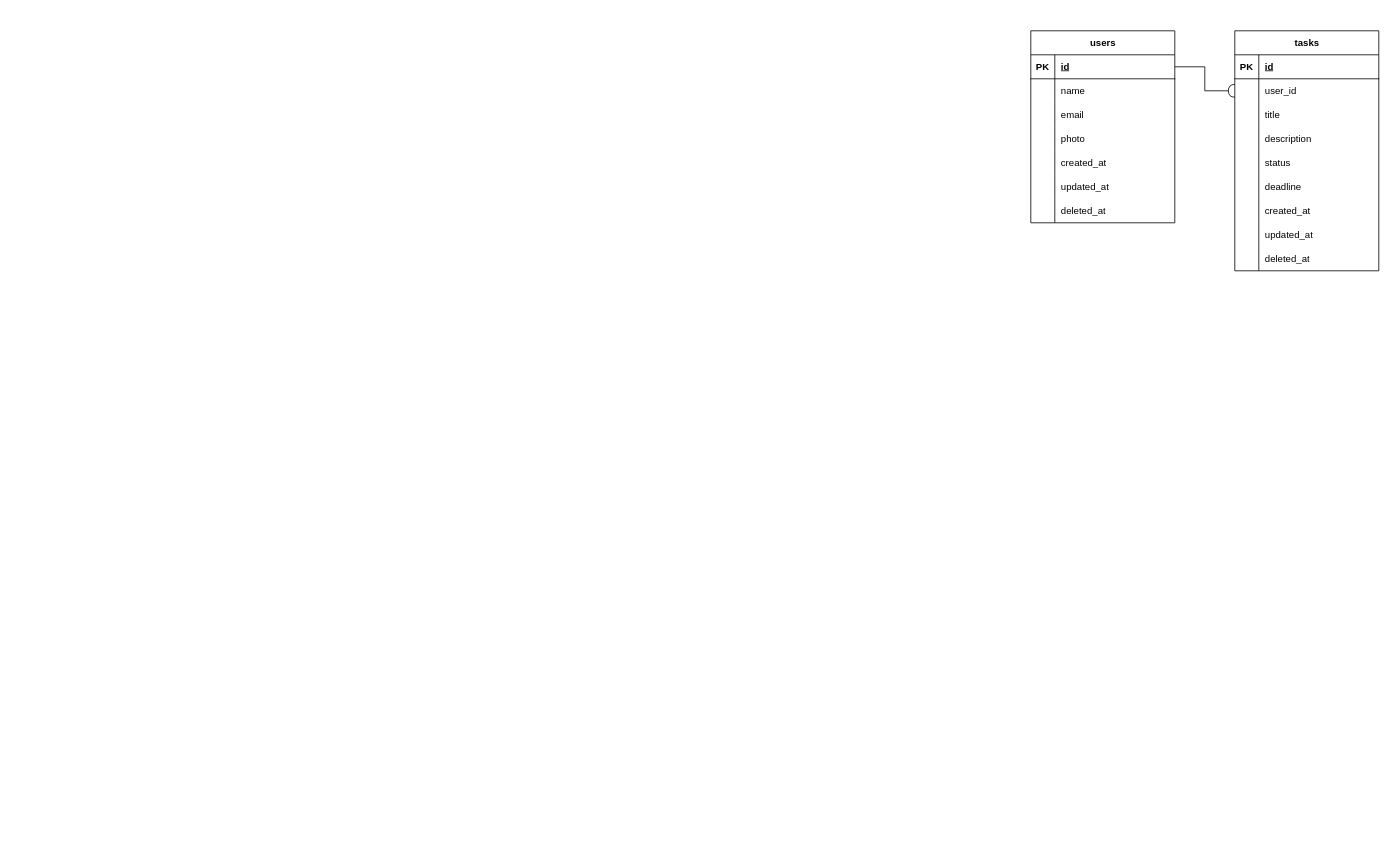
Above: task-tracer-api.drawio in kaitodecode/task-tracker-api (draw.io), before the change. Source tidied: cells renumbered, new cells numbered last; positions are measured from the earlier drawing's top-left corner, leaving out a move shared by most shapes. Both pictures are drawn from the tidied source at 80%, with x=0, y=0 at pixel (1030, 30).
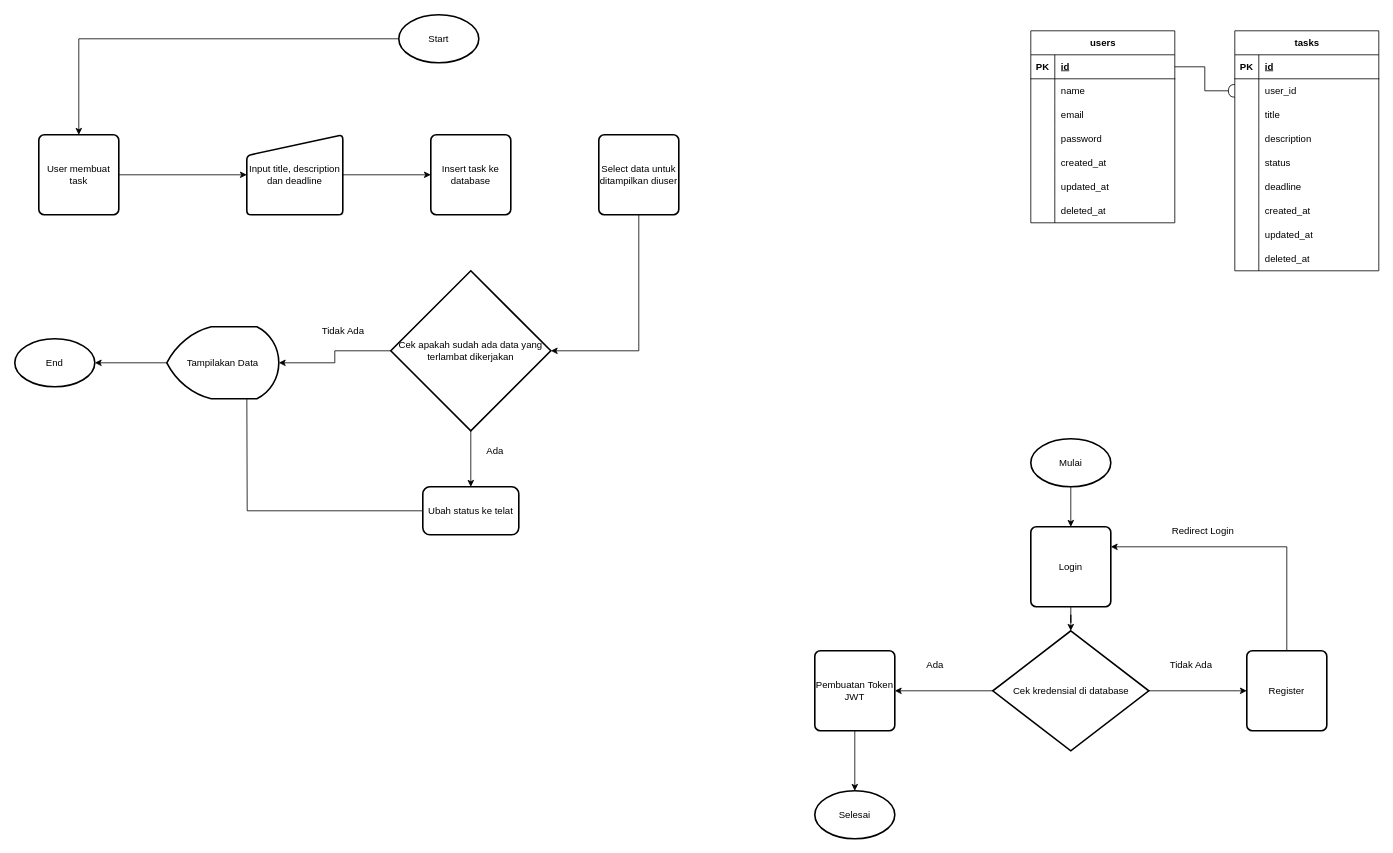
The same page after the edit.

The change refers to these unchanged cells:
```xml
<mxCell id="12" style="shape=tableRow;horizontal=0;startSize=0;swimlaneHead=0;swimlaneBody=0;fillColor=none;top=0;left=0;right=0;bottom=0;" parent="2" vertex="1">
  <mxGeometry y="120" width="180" height="30" as="geometry" />
</mxCell>
```

Change to the diagram source:
```diff
@@
-    <mxCell id="14" value="photo" style="shape=partialRectangle;fillColor=none;top=0;left=0;bottom=0;right=0;align=left;spacingLeft=6;overflow=hidden;whiteSpace=wrap;html=1;" parent="12" vertex="1">
+    <mxCell id="14" value="password" style="shape=partialRectangle;fillColor=none;top=0;left=0;bottom=0;right=0;align=left;spacingLeft=6;overflow=hidden;whiteSpace=wrap;html=1;" parent="12" vertex="1">
       <mxGeometry x="30" width="150" height="30" as="geometry" />
     </mxCell>
@@
+    <mxCell id="53" style="edgeStyle=orthogonalEdgeStyle;rounded=0;jettySize=auto;html=1;entryX=0.5;entryY=0;entryDx=0;entryDy=0;" parent="1" edge="1" source="54" target="58">
+      <mxGeometry relative="1" as="geometry" />
+    </mxCell>
+    <mxCell id="54" value="Mulai" style="strokeWidth=2;html=1;shape=mxgraph.flowchart.start_1;whiteSpace=wrap;" parent="1" vertex="1">
+      <mxGeometry y="510" width="100" height="60" as="geometry" />
+    </mxCell>
+    <mxCell id="55" style="edgeStyle=orthogonalEdgeStyle;rounded=0;jettySize=auto;html=1;" parent="1" edge="1" source="57" target="62">
+      <mxGeometry relative="1" as="geometry" />
+    </mxCell>
+    <mxCell id="56" style="edgeStyle=orthogonalEdgeStyle;rounded=0;jettySize=auto;html=1;" parent="1" edge="1" source="57" target="65">
+      <mxGeometry relative="1" as="geometry" />
+    </mxCell>
+    <mxCell id="57" value="Cek kredensial di database" style="strokeWidth=2;html=1;shape=mxgraph.flowchart.decision;whiteSpace=wrap;" parent="1" vertex="1">
+      <mxGeometry x="-47.5" y="750" width="195" height="150" as="geometry" />
+    </mxCell>
+    <mxCell id="58" value="Login" style="rounded=1;whiteSpace=wrap;html=1;absoluteArcSize=1;arcSize=14;strokeWidth=2;" parent="1" vertex="1">
+      <mxGeometry y="620" width="100" height="100" as="geometry" />
+    </mxCell>
+    <mxCell id="59" style="edgeStyle=orthogonalEdgeStyle;rounded=0;jettySize=auto;html=1;entryX=0.5;entryY=0;entryDx=0;entryDy=0;entryPerimeter=0;" parent="1" edge="1" source="58" target="57">
+      <mxGeometry relative="1" as="geometry" />
+    </mxCell>
+    <mxCell id="60" value="Tidak Ada" style="text;html=1;align=center;verticalAlign=middle;strokeColor=none;fillColor=none;" parent="1" vertex="1">
+      <mxGeometry x="160" y="778" width="80" height="30" as="geometry" />
+    </mxCell>
+    <mxCell id="61" style="edgeStyle=orthogonalEdgeStyle;rounded=0;jettySize=auto;html=1;entryX=1;entryY=0.25;entryDx=0;entryDy=0;" parent="1" edge="1" source="62" target="58">
+      <mxGeometry relative="1" as="geometry">
+        <Array as="points">
+          <mxPoint x="320" y="645" />
+        </Array>
+      </mxGeometry>
+    </mxCell>
+    <mxCell id="62" value="Register" style="rounded=1;whiteSpace=wrap;html=1;absoluteArcSize=1;arcSize=14;strokeWidth=2;" parent="1" vertex="1">
+      <mxGeometry x="270" y="775" width="100" height="100" as="geometry" />
+    </mxCell>
+    <mxCell id="63" value="Redirect Login" style="text;html=1;align=center;verticalAlign=middle;strokeColor=none;fillColor=none;" parent="1" vertex="1">
+      <mxGeometry x="165" y="610" width="100" height="30" as="geometry" />
+    </mxCell>
+    <mxCell id="64" value="Ada" style="text;html=1;align=center;verticalAlign=middle;strokeColor=none;fillColor=none;" parent="1" vertex="1">
+      <mxGeometry x="-140" y="778" width="40" height="30" as="geometry" />
+    </mxCell>
+    <mxCell id="65" value="Pembuatan Token JWT" style="rounded=1;whiteSpace=wrap;html=1;absoluteArcSize=1;arcSize=14;strokeWidth=2;" parent="1" vertex="1">
+      <mxGeometry x="-270" y="775" width="100" height="100" as="geometry" />
+    </mxCell>
+    <mxCell id="66" value="Selesai" style="strokeWidth=2;html=1;shape=mxgraph.flowchart.start_1;whiteSpace=wrap;" parent="1" vertex="1">
+      <mxGeometry x="-270" y="950" width="100" height="60" as="geometry" />
+    </mxCell>
+    <mxCell id="67" style="edgeStyle=orthogonalEdgeStyle;rounded=0;jettySize=auto;html=1;entryX=0.5;entryY=0;entryDx=0;entryDy=0;entryPerimeter=0;" parent="1" edge="1" source="65" target="66">
+      <mxGeometry relative="1" as="geometry" />
+    </mxCell>
+    <mxCell id="68" style="edgeStyle=orthogonalEdgeStyle;rounded=0;jettySize=auto;html=1;" parent="1" edge="1" source="69" target="71">
+      <mxGeometry relative="1" as="geometry" />
+    </mxCell>
+    <mxCell id="69" value="Start" style="strokeWidth=2;html=1;shape=mxgraph.flowchart.start_1;whiteSpace=wrap;" parent="1" vertex="1">
+      <mxGeometry x="-790" y="-20" width="100" height="60" as="geometry" />
+    </mxCell>
+    <mxCell id="70" style="edgeStyle=orthogonalEdgeStyle;rounded=0;jettySize=auto;html=1;" parent="1" edge="1" source="71" target="73">
+      <mxGeometry relative="1" as="geometry" />
+    </mxCell>
+    <mxCell id="71" value="User membuat task" style="rounded=1;whiteSpace=wrap;html=1;absoluteArcSize=1;arcSize=14;strokeWidth=2;" parent="1" vertex="1">
+      <mxGeometry x="-1240" y="130" width="100" height="100" as="geometry" />
+    </mxCell>
+    <mxCell id="72" style="edgeStyle=orthogonalEdgeStyle;rounded=0;jettySize=auto;html=1;" parent="1" edge="1" source="73" target="74">
+      <mxGeometry relative="1" as="geometry" />
+    </mxCell>
+    <mxCell id="73" value="Input title, description dan deadline" style="html=1;strokeWidth=2;shape=manualInput;whiteSpace=wrap;rounded=1;size=26;arcSize=11;" parent="1" vertex="1">
+      <mxGeometry x="-980" y="130" width="120" height="100" as="geometry" />
+    </mxCell>
+    <mxCell id="74" value="Insert task ke database" style="rounded=1;whiteSpace=wrap;html=1;absoluteArcSize=1;arcSize=14;strokeWidth=2;" parent="1" vertex="1">
+      <mxGeometry x="-750" y="130" width="100" height="100" as="geometry" />
+    </mxCell>
+    <mxCell id="75" style="edgeStyle=orthogonalEdgeStyle;rounded=0;jettySize=auto;html=1;" parent="1" edge="1" source="77" target="81">
+      <mxGeometry relative="1" as="geometry" />
+    </mxCell>
+    <mxCell id="76" style="edgeStyle=orthogonalEdgeStyle;rounded=0;jettySize=auto;html=1;entryX=1;entryY=0.5;entryDx=0;entryDy=0;entryPerimeter=0;" parent="1" edge="1" source="77" target="85">
+      <mxGeometry relative="1" as="geometry" />
+    </mxCell>
+    <mxCell id="77" value="Cek apakah sudah ada data yang terlambat dikerjakan" style="strokeWidth=2;html=1;shape=mxgraph.flowchart.decision;whiteSpace=wrap;" parent="1" vertex="1">
+      <mxGeometry x="-800" y="300" width="200" height="200" as="geometry" />
+    </mxCell>
+    <mxCell id="78" style="edgeStyle=orthogonalEdgeStyle;rounded=0;jettySize=auto;html=1;entryX=1;entryY=0.5;entryDx=0;entryDy=0;entryPerimeter=0;" parent="1" edge="1" source="79" target="77">
+      <mxGeometry relative="1" as="geometry">
+        <Array as="points">
+          <mxPoint x="-490" y="400" />
+        </Array>
+      </mxGeometry>
+    </mxCell>
+    <mxCell id="79" value="Select data untuk ditampilkan diuser" style="rounded=1;whiteSpace=wrap;html=1;absoluteArcSize=1;arcSize=14;strokeWidth=2;" parent="1" vertex="1">
+      <mxGeometry x="-540" y="130" width="100" height="100" as="geometry" />
+    </mxCell>
+    <mxCell id="80" style="edgeStyle=orthogonalEdgeStyle;rounded=0;jettySize=auto;html=1;" parent="1" edge="1" source="81">
+      <mxGeometry relative="1" as="geometry">
+        <mxPoint x="-980" y="440" as="targetPoint" />
+      </mxGeometry>
+    </mxCell>
+    <mxCell id="81" value="Ubah status ke telat" style="rounded=1;whiteSpace=wrap;html=1;strokeWidth=2;" parent="1" vertex="1">
+      <mxGeometry x="-760" y="570" width="120" height="60" as="geometry" />
+    </mxCell>
+    <mxCell id="82" value="Tidak Ada" style="text;html=1;align=center;verticalAlign=middle;strokeColor=none;fillColor=none;" parent="1" vertex="1">
+      <mxGeometry x="-900" y="360" width="80" height="30" as="geometry" />
+    </mxCell>
+    <mxCell id="83" value="Ada" style="text;html=1;align=center;verticalAlign=middle;strokeColor=none;fillColor=none;" parent="1" vertex="1">
+      <mxGeometry x="-690" y="510" width="40" height="30" as="geometry" />
+    </mxCell>
+    <mxCell id="84" style="edgeStyle=orthogonalEdgeStyle;rounded=0;jettySize=auto;html=1;" parent="1" edge="1" source="85" target="86">
+      <mxGeometry relative="1" as="geometry" />
+    </mxCell>
+    <mxCell id="85" value="Tampilakan Data" style="strokeWidth=2;html=1;shape=mxgraph.flowchart.display;whiteSpace=wrap;" parent="1" vertex="1">
+      <mxGeometry x="-1080" y="370" width="140" height="90" as="geometry" />
+    </mxCell>
+    <mxCell id="86" value="End" style="strokeWidth=2;html=1;shape=mxgraph.flowchart.start_1;whiteSpace=wrap;" parent="1" vertex="1">
+      <mxGeometry x="-1270" y="385" width="100" height="60" as="geometry" />
+    </mxCell>
```
